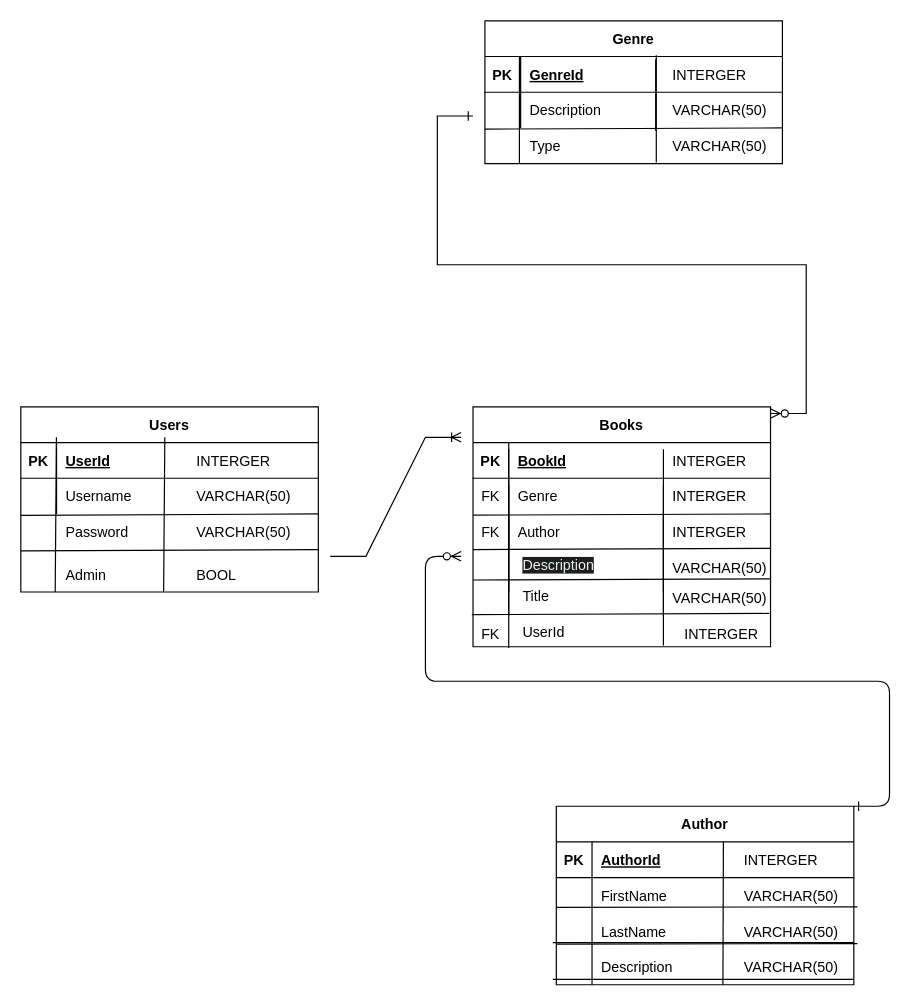
ManuelSuarez3D/Libra.Port_ManuelSuarez3D keeps this draw.io diagram as Documentation/ERD/Project_ERD_V2.drawio. Above is the earlier version. Source tidied: cells renumbered, new cells numbered last; positions are measured from the earlier drawing's top-left corner, leaving out a move shared by most shapes. Both pictures are drawn from the tidied source at 119%, with x=0, y=0 at pixel (20, 20).
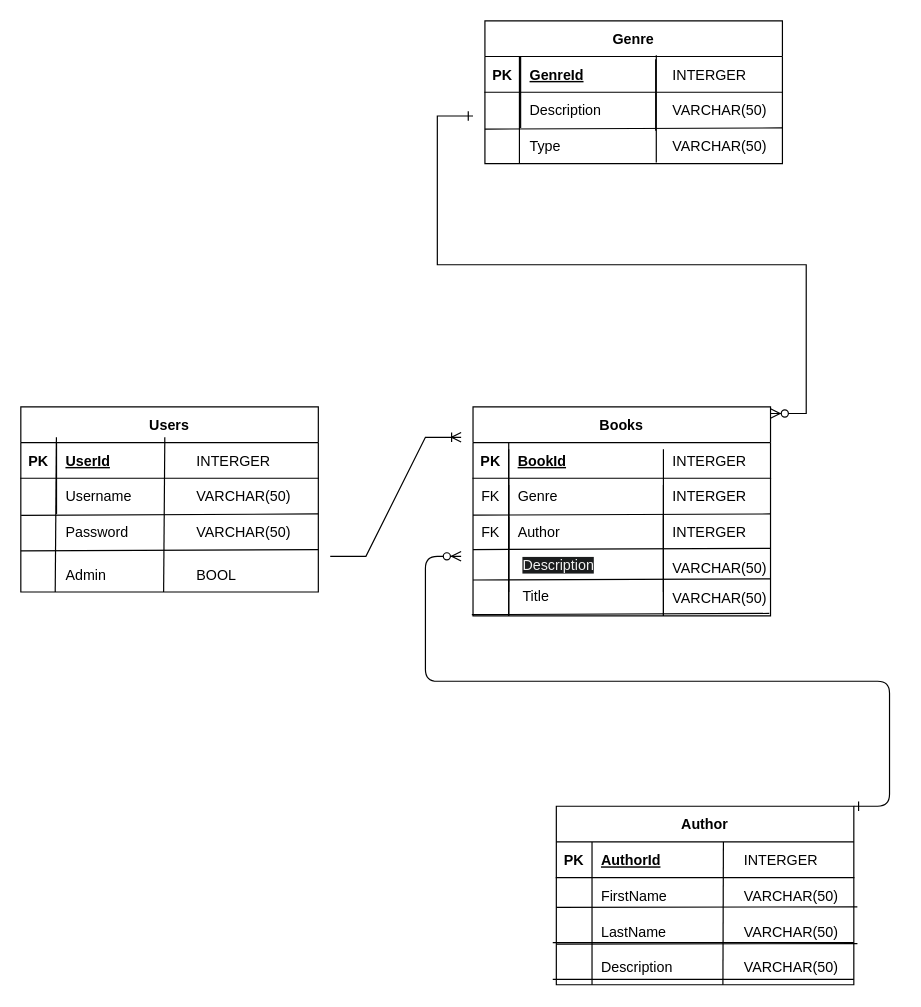
After the change.

Change to the diagram source:
```diff
@@
     <mxCell id="3" value="Books" style="shape=table;startSize=30;childLayout=tableLayout;rowLines=0;fontStyle=1;align=center;" parent="1" vertex="1">
-      <mxGeometry x="380" y="324.4" width="250" height="201.6" as="geometry" />
+      <mxGeometry x="380" y="324.4" width="250" height="175.6" as="geometry" />
     </mxCell>
@@
-    <mxCell id="82" value="UserId" style="text;whiteSpace=wrap;html=1;" parent="1" vertex="1">
-      <mxGeometry x="420" y="500" width="90" height="40" as="geometry" />
-    </mxCell>
-    <mxCell id="83" value="FK" style="shape=partialRectangle;overflow=hidden;fillColor=none;top=0;left=0;bottom=0;right=0;" parent="1" vertex="1">
-      <mxGeometry x="380" y="500" width="30" height="30" as="geometry" />
-    </mxCell>
-    <mxCell id="84" value="INTERGER" style="shape=partialRectangle;overflow=hidden;fillColor=none;top=0;left=0;bottom=0;right=0;align=left;spacingLeft=6;" parent="1" vertex="1">
-      <mxGeometry x="550" y="500" width="100" height="30" as="geometry" />
-    </mxCell>
@@
     <mxCell id="86" style="endArrow=none;html=1;rounded=0;" parent="1" edge="1">
       <mxGeometry relative="1" as="geometry">
-        <mxPoint x="540" y="525" as="sourcePoint" />
+        <mxPoint x="540" y="500" as="sourcePoint" />
         <mxPoint x="540" y="415" as="targetPoint" />
       </mxGeometry>
     </mxCell>
     <mxCell id="87" style="endArrow=none;html=1;rounded=0;" parent="1" edge="1">
       <mxGeometry relative="1" as="geometry">
-        <mxPoint x="410" y="527" as="sourcePoint" />
+        <mxPoint x="410" y="500" as="sourcePoint" />
         <mxPoint x="410" y="417" as="targetPoint" />
       </mxGeometry>
     </mxCell>
```
